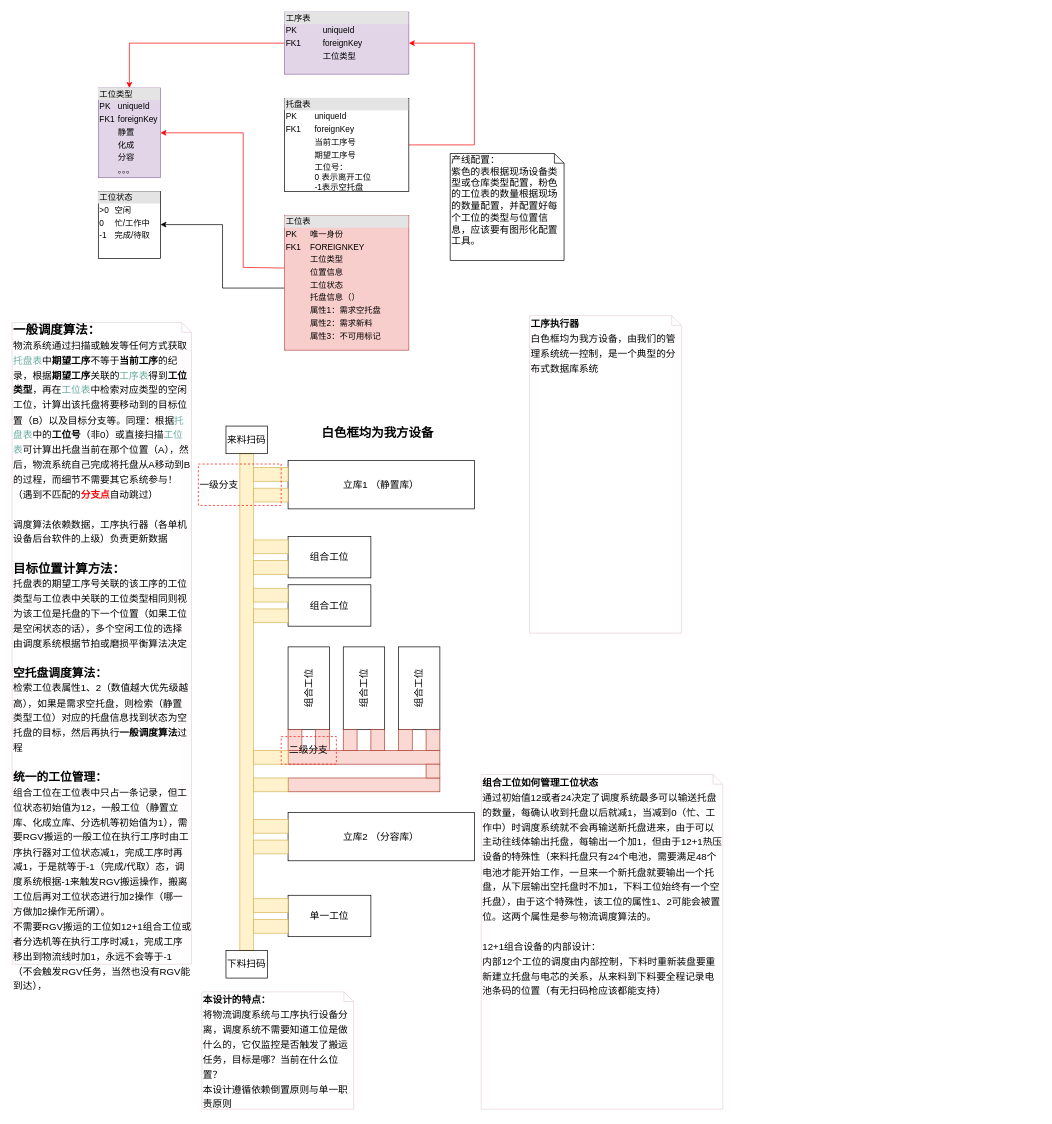
Above: page "第 2 页" (2 of 2) of 未命名表单.drawio in samos2011/drawio (draw.io), before the change. Source tidied: cells renumbered, new cells numbered last; positions are measured from the earlier drawing's top-left corner, leaving out a move shared by most shapes. Both pictures are drawn from the tidied source at 69%, with x=0, y=0 at pixel (12, 12).
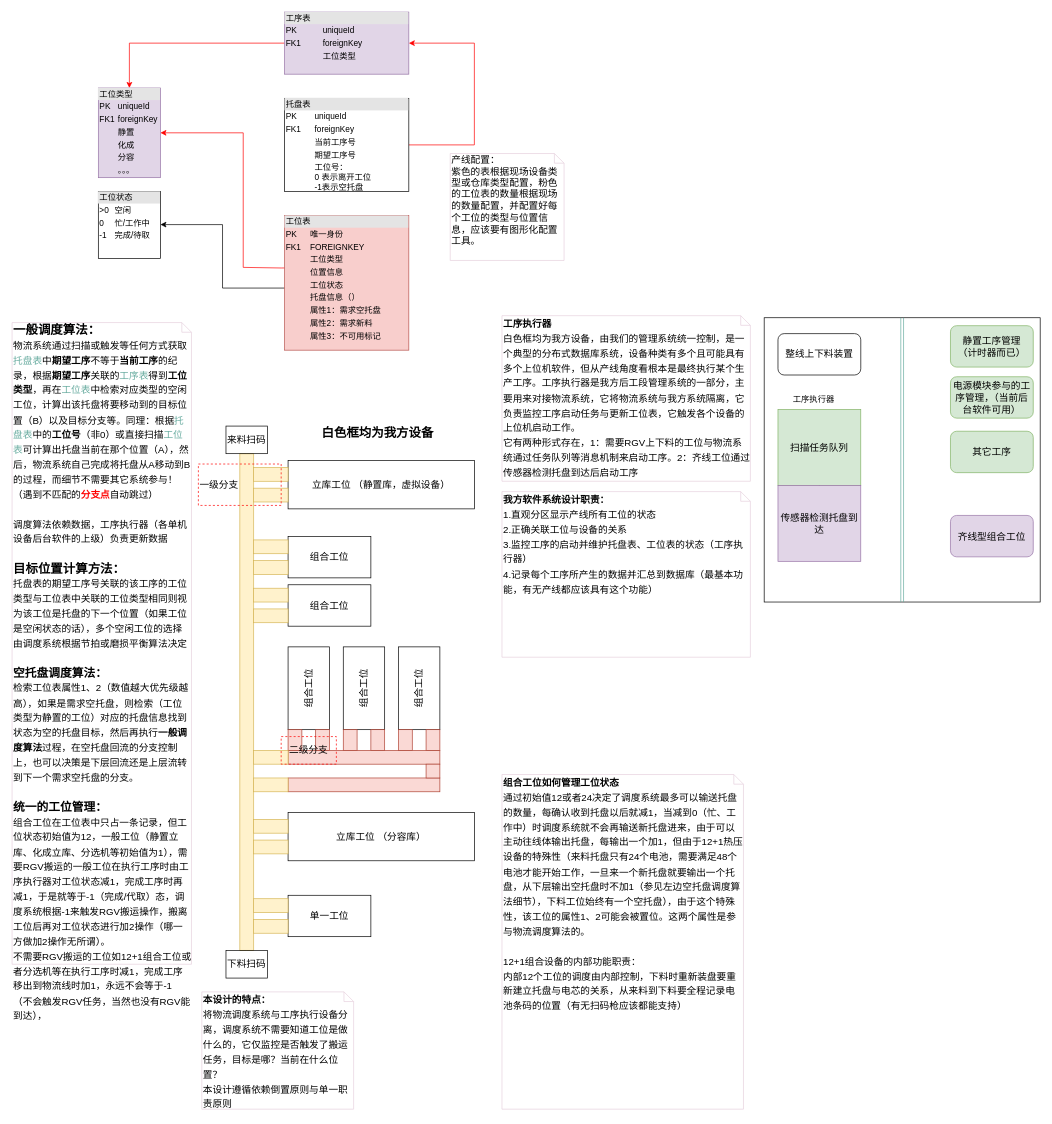
The same page after the edit.

Change to the diagram source:
```diff
@@
-    <mxCell id="5" value="立库1 （静置库）" style="rounded=0;whiteSpace=wrap;html=1;labelBackgroundColor=#ffffff;fillColor=none;gradientColor=none;fontSize=14;align=center;" parent="1" vertex="1">
+    <mxCell id="5" value="立库工位 （静置库，虚拟设备）" style="rounded=0;whiteSpace=wrap;html=1;labelBackgroundColor=#ffffff;fillColor=none;gradientColor=none;fontSize=14;align=center;" parent="1" vertex="1">
       <mxGeometry x="400" y="650" width="270" height="70" as="geometry" />
     </mxCell>
@@
-    <mxCell id="12" value="立库2 （分容库）" style="rounded=0;whiteSpace=wrap;html=1;labelBackgroundColor=#ffffff;fillColor=none;gradientColor=none;fontSize=14;align=center;" parent="1" vertex="1">
+    <mxCell id="12" value="立库工位 （分容库）" style="rounded=0;whiteSpace=wrap;html=1;labelBackgroundColor=#ffffff;fillColor=none;gradientColor=none;fontSize=14;align=center;" parent="1" vertex="1">
       <mxGeometry x="400" y="1160" width="270" height="70" as="geometry" />
     </mxCell>
@@
-    <mxCell id="45" value="&lt;b&gt;一般调度算法：&lt;/b&gt;&lt;br&gt;&lt;span style=&quot;font-size: 14px&quot;&gt;物流系统通过扫描或触发等任何方式获取&lt;/span&gt;&lt;font color=&quot;#67ab9f&quot; style=&quot;font-size: 14px&quot;&gt;托盘表&lt;/font&gt;&lt;span style=&quot;font-size: 14px&quot;&gt;中&lt;/span&gt;&lt;b style=&quot;font-size: 14px&quot;&gt;期望工序&lt;/b&gt;&lt;span style=&quot;font-size: 14px&quot;&gt;不等于&lt;/span&gt;&lt;b style=&quot;font-size: 14px&quot;&gt;当前工序&lt;/b&gt;&lt;span style=&quot;font-size: 14px&quot;&gt;的纪录，根据&lt;/span&gt;&lt;b style=&quot;font-size: 14px&quot;&gt;期望工序&lt;/b&gt;&lt;span style=&quot;font-size: 14px&quot;&gt;关联的&lt;/span&gt;&lt;font color=&quot;#67ab9f&quot; style=&quot;font-size: 14px&quot;&gt;工序表&lt;/font&gt;&lt;span style=&quot;font-size: 14px&quot;&gt;得到&lt;/span&gt;&lt;b style=&quot;font-size: 14px&quot;&gt;工位类型&lt;/b&gt;&lt;span style=&quot;font-size: 14px&quot;&gt;，再在&lt;/span&gt;&lt;font color=&quot;#67ab9f&quot; style=&quot;font-size: 14px&quot;&gt;工位表&lt;/font&gt;&lt;span style=&quot;font-size: 14px&quot;&gt;中检索对应类型的空闲工位，计算出该托盘将要移动到的目标位置（B）以及目标分支等。同理：根据&lt;/span&gt;&lt;font color=&quot;#67ab9f&quot; style=&quot;font-size: 14px&quot;&gt;托盘表&lt;/font&gt;&lt;span style=&quot;font-size: 14px&quot;&gt;中的&lt;/span&gt;&lt;b style=&quot;font-size: 14px&quot;&gt;工位号&lt;/b&gt;&lt;span style=&quot;font-size: 14px&quot;&gt;（非0）或直接扫描&lt;/span&gt;&lt;font color=&quot;#67ab9f&quot; style=&quot;font-size: 14px&quot;&gt;工位表&lt;/font&gt;&lt;span style=&quot;font-size: 14px&quot;&gt;可计算出托盘当前在那个位置（A），然后，物流系统自己完成将托盘从A移动到B的过程，而细节不需要其它系统参与！（遇到不匹配的&lt;/span&gt;&lt;b style=&quot;font-size: 14px&quot;&gt;&lt;font color=&quot;#ff0000&quot;&gt;分支点&lt;/font&gt;&lt;/b&gt;&lt;span style=&quot;font-size: 14px&quot;&gt;自动跳过）&lt;/span&gt;&lt;br&gt;&lt;br&gt;&lt;span style=&quot;font-size: 14px&quot;&gt;调度算法依赖数据，工序执行器（各单机设备后台软件的上级）负责更新数据&lt;br&gt;&lt;/span&gt;&lt;br&gt;&lt;b&gt;目标位置计算方法：&lt;/b&gt;&lt;br&gt;&lt;font style=&quot;font-size: 14px&quot;&gt;托盘表的期望工序号关联的该工序的工位类型与工位表中关联的工位类型相同则视为该工位是托盘的下一个位置（如果工位是空闲状态的话），多个空闲工位的选择由调度系统根据节拍或磨损平衡算法决定&lt;br&gt;&lt;/font&gt;&lt;br&gt;&lt;b&gt;&lt;font style=&quot;font-size: 17px&quot;&gt;空托盘调度算法：&lt;/font&gt;&lt;/b&gt;&lt;br&gt;&lt;span style=&quot;font-size: 14px&quot;&gt;检索工位表属性1、2（数值越大优先级越高），如果是需求空托盘，则检索（静置类型工位）对应的托盘信息找到状态为空托盘的目标，然后再执行&lt;/span&gt;&lt;b style=&quot;font-size: 14px&quot;&gt;一般调度算法&lt;/b&gt;&lt;span style=&quot;font-size: 14px&quot;&gt;过程&lt;/span&gt;&lt;br&gt;&lt;br&gt;&lt;font&gt;&lt;b&gt;&lt;font style=&quot;font-size: 17px&quot;&gt;统一的工位管理：&lt;/font&gt;&lt;br&gt;&lt;/b&gt;&lt;/font&gt;&lt;font style=&quot;font-size: 14px&quot;&gt;组合工位在工位表中只占一条记录，但工位状态初始值为12，一般工位（静置立库、化成立库、分选机等初始值为1），需要RGV搬运的一般工位在执行工序时由工序执行器对工位状态减1，完成工序时再减1，于是就等于-1（完成/代取）态，调度系统根据-1来触发RGV搬运操作，搬离工位后再对工位状态进行加2操作（哪一方做加2操作无所谓）。&lt;br&gt;不需要RGV搬运的工位如12+1组合工位或者分选机等在执行工序时减1，完成工序移出到物流线时加1，永远不会等于-1（不会触发RGV任务，当然也没有RGV能到达），&lt;br&gt;&lt;/font&gt;" style="shape=note;whiteSpace=wrap;html=1;size=14;verticalAlign=top;align=left;spacingTop=-6;rounded=0;shadow=0;dashed=0;labelBackgroundColor=none;strokeColor=#E6D0DE;fillColor=none;fontSize=18;" parent="1" vertex="1">
+    <mxCell id="45" value="&lt;b&gt;一般调度算法：&lt;/b&gt;&lt;br&gt;&lt;span style=&quot;font-size: 14px&quot;&gt;物流系统通过扫描或触发等任何方式获取&lt;/span&gt;&lt;font color=&quot;#67ab9f&quot; style=&quot;font-size: 14px&quot;&gt;托盘表&lt;/font&gt;&lt;span style=&quot;font-size: 14px&quot;&gt;中&lt;/span&gt;&lt;b style=&quot;font-size: 14px&quot;&gt;期望工序&lt;/b&gt;&lt;span style=&quot;font-size: 14px&quot;&gt;不等于&lt;/span&gt;&lt;b style=&quot;font-size: 14px&quot;&gt;当前工序&lt;/b&gt;&lt;span style=&quot;font-size: 14px&quot;&gt;的纪录，根据&lt;/span&gt;&lt;b style=&quot;font-size: 14px&quot;&gt;期望工序&lt;/b&gt;&lt;span style=&quot;font-size: 14px&quot;&gt;关联的&lt;/span&gt;&lt;font color=&quot;#67ab9f&quot; style=&quot;font-size: 14px&quot;&gt;工序表&lt;/font&gt;&lt;span style=&quot;font-size: 14px&quot;&gt;得到&lt;/span&gt;&lt;b style=&quot;font-size: 14px&quot;&gt;工位类型&lt;/b&gt;&lt;span style=&quot;font-size: 14px&quot;&gt;，再在&lt;/span&gt;&lt;font color=&quot;#67ab9f&quot; style=&quot;font-size: 14px&quot;&gt;工位表&lt;/font&gt;&lt;span style=&quot;font-size: 14px&quot;&gt;中检索对应类型的空闲工位，计算出该托盘将要移动到的目标位置（B）以及目标分支等。同理：根据&lt;/span&gt;&lt;font color=&quot;#67ab9f&quot; style=&quot;font-size: 14px&quot;&gt;托盘表&lt;/font&gt;&lt;span style=&quot;font-size: 14px&quot;&gt;中的&lt;/span&gt;&lt;b style=&quot;font-size: 14px&quot;&gt;工位号&lt;/b&gt;&lt;span style=&quot;font-size: 14px&quot;&gt;（非0）或直接扫描&lt;/span&gt;&lt;font color=&quot;#67ab9f&quot; style=&quot;font-size: 14px&quot;&gt;工位表&lt;/font&gt;&lt;span style=&quot;font-size: 14px&quot;&gt;可计算出托盘当前在那个位置（A），然后，物流系统自己完成将托盘从A移动到B的过程，而细节不需要其它系统参与！（遇到不匹配的&lt;/span&gt;&lt;b style=&quot;font-size: 14px&quot;&gt;&lt;font color=&quot;#ff0000&quot;&gt;分支点&lt;/font&gt;&lt;/b&gt;&lt;span style=&quot;font-size: 14px&quot;&gt;自动跳过）&lt;/span&gt;&lt;br&gt;&lt;br&gt;&lt;span style=&quot;font-size: 14px&quot;&gt;调度算法依赖数据，工序执行器（各单机设备后台软件的上级）负责更新数据&lt;br&gt;&lt;/span&gt;&lt;br&gt;&lt;b&gt;目标位置计算方法：&lt;/b&gt;&lt;br&gt;&lt;font style=&quot;font-size: 14px&quot;&gt;托盘表的期望工序号关联的该工序的工位类型与工位表中关联的工位类型相同则视为该工位是托盘的下一个位置（如果工位是空闲状态的话），多个空闲工位的选择由调度系统根据节拍或磨损平衡算法决定&lt;br&gt;&lt;/font&gt;&lt;br&gt;&lt;b&gt;&lt;font style=&quot;font-size: 17px&quot;&gt;空托盘调度算法：&lt;/font&gt;&lt;/b&gt;&lt;br&gt;&lt;span style=&quot;font-size: 14px&quot;&gt;检索工位表属性1、2（数值越大优先级越高），如果是需求空托盘，则检索（工位类型为静置的工位）对应的托盘信息找到状态为空的托盘目标，然后再执行&lt;/span&gt;&lt;b style=&quot;font-size: 14px&quot;&gt;一般调度算法&lt;/b&gt;&lt;span style=&quot;font-size: 14px&quot;&gt;过程，在空托盘回流的分支控制上，也可以决策是下层回流还是上层流转到下一个需求空托盘的分支。&lt;/span&gt;&lt;br&gt;&lt;br&gt;&lt;font&gt;&lt;b&gt;&lt;font style=&quot;font-size: 17px&quot;&gt;统一的工位管理：&lt;/font&gt;&lt;br&gt;&lt;/b&gt;&lt;/font&gt;&lt;font style=&quot;font-size: 14px&quot;&gt;组合工位在工位表中只占一条记录，但工位状态初始值为12，一般工位（静置立库、化成立库、分选机等初始值为1），需要RGV搬运的一般工位在执行工序时由工序执行器对工位状态减1，完成工序时再减1，于是就等于-1（完成/代取）态，调度系统根据-1来触发RGV搬运操作，搬离工位后再对工位状态进行加2操作（哪一方做加2操作无所谓）。&lt;br&gt;不需要RGV搬运的工位如12+1组合工位或者分选机等在执行工序时减1，完成工序移出到物流线时加1，永远不会等于-1（不会触发RGV任务，当然也没有RGV能到达），&lt;br&gt;&lt;/font&gt;" style="shape=note;whiteSpace=wrap;html=1;size=14;verticalAlign=top;align=left;spacingTop=-6;rounded=0;shadow=0;dashed=0;labelBackgroundColor=none;strokeColor=#E6D0DE;fillColor=none;fontSize=18;" parent="1" vertex="1">
       <mxGeometry y="450" width="260" height="930" as="geometry" />
     </mxCell>
-    <mxCell id="46" value="&lt;span style=&quot;font-size: 14px&quot;&gt;&lt;b&gt;工序执行器&lt;br&gt;&lt;/b&gt;白色框均为我方设备，由我们的管理系统统一控制，是一个典型的分布式数据库系统&lt;br&gt;&lt;/span&gt;" style="shape=note;whiteSpace=wrap;html=1;size=14;verticalAlign=top;align=left;spacingTop=-6;rounded=0;shadow=0;dashed=0;labelBackgroundColor=none;strokeColor=#E6D0DE;fillColor=none;fontSize=18;" parent="1" vertex="1">
-      <mxGeometry x="750" y="440" width="220" height="460" as="geometry" />
+    <mxCell id="46" value="&lt;span style=&quot;font-size: 14px&quot;&gt;&lt;b&gt;工序执行器&lt;br&gt;&lt;/b&gt;白色框均为我方设备，由我们的管理系统统一控制，是一个典型的分布式数据库系统，设备种类有多个且可能具有多个上位机软件，但从产线角度看根本是最终执行某个生产工序。工序执行器是我方后工段管理系统的一部分，主要用来对接物流系统，它将物流系统与我方系统隔离，它负责监控工序启动任务与更新工位表，它触发各个设备的上位机启动工作。&lt;br&gt;它有两种形式存在，1：需要RGV上下料的工位与物流系统通过任务队列等消息机制来启动工序。2：齐线工位通过传感器检测托盘到达后启动工序&lt;br&gt;&lt;/span&gt;" style="shape=note;whiteSpace=wrap;html=1;size=14;verticalAlign=top;align=left;spacingTop=-6;rounded=0;shadow=0;dashed=0;labelBackgroundColor=none;strokeColor=#E6D0DE;fillColor=none;fontSize=18;" parent="1" vertex="1">
+      <mxGeometry x="710" y="440" width="360" height="240" as="geometry" />
     </mxCell>
-    <mxCell id="47" value="&lt;span style=&quot;font-size: 14px&quot;&gt;&lt;b&gt;组合工位如何管理工位状态&lt;br&gt;&lt;/b&gt;通过初始值12或者24决定了调度系统最多可以输送托盘的数量，每确认收到托盘以后就减1，当减到0（忙、工作中）时调度系统就不会再输送新托盘进来，由于可以主动往线体输出托盘，每输出一个加1，但由于12+1热压设备的特殊性（来料托盘只有24个电池，需要满足48个电池才能开始工作，一旦来一个新托盘就要输出一个托盘，从下层输出空托盘时不加1，下料工位始终有一个空托盘），由于这个特殊性，该工位的属性1、2可能会被置位。这两个属性是参与物流调度算法的。&lt;br&gt;&lt;br&gt;12+1组合设备的内部设计：&lt;br&gt;内部12个工位的调度由内部控制，下料时重新装盘要重新建立托盘与电芯的关系，从来料到下料要全程记录电池条码的位置（有无扫码枪应该都能支持）&lt;br&gt;&lt;/span&gt;" style="shape=note;whiteSpace=wrap;html=1;size=14;verticalAlign=top;align=left;spacingTop=-6;rounded=0;shadow=0;dashed=0;labelBackgroundColor=none;strokeColor=#E6D0DE;fillColor=none;fontSize=18;" parent="1" vertex="1">
-      <mxGeometry x="680" y="1105" width="350" height="485" as="geometry" />
+    <mxCell id="47" value="&lt;span style=&quot;font-size: 14px&quot;&gt;&lt;b&gt;组合工位如何管理工位状态&lt;br&gt;&lt;/b&gt;通过初始值12或者24决定了调度系统最多可以输送托盘的数量，每确认收到托盘以后就减1，当减到0（忙、工作中）时调度系统就不会再输送新托盘进来，由于可以主动往线体输出托盘，每输出一个加1，但由于12+1热压设备的特殊性（来料托盘只有24个电池，需要满足48个电池才能开始工作，一旦来一个新托盘就要输出一个托盘，从下层输出空托盘时不加1（参见左边空托盘调度算法细节），下料工位始终有一个空托盘），由于这个特殊性，该工位的属性1、2可能会被置位。这两个属性是参与物流调度算法的。&lt;br&gt;&lt;br&gt;12+1组合设备的内部功能职责：&lt;br&gt;内部12个工位的调度由内部控制，下料时重新装盘要重新建立托盘与电芯的关系，从来料到下料要全程记录电池条码的位置（有无扫码枪应该都能支持）&lt;br&gt;&lt;/span&gt;" style="shape=note;whiteSpace=wrap;html=1;size=14;verticalAlign=top;align=left;spacingTop=-6;rounded=0;shadow=0;dashed=0;labelBackgroundColor=none;strokeColor=#E6D0DE;fillColor=none;fontSize=18;" parent="1" vertex="1">
+      <mxGeometry x="710" y="1105" width="350" height="485" as="geometry" />
     </mxCell>
@@
-    <mxCell id="50" value="产线配置：&lt;br&gt;紫色的表根据现场设备类型或仓库类型配置，粉色的工位表的数量根据现场的数量配置，并配置好每个工位的类型与位置信息，应该要有图形化配置工具。" style="shape=note;whiteSpace=wrap;html=1;size=14;verticalAlign=top;align=left;spacingTop=-6;fontSize=14;" parent="1" vertex="1">
+    <mxCell id="50" value="产线配置：&lt;br&gt;紫色的表根据现场设备类型或仓库类型配置，粉色的工位表的数量根据现场的数量配置，并配置好每个工位的类型与位置信息，应该要有图形化配置工具。" style="shape=note;whiteSpace=wrap;html=1;size=14;verticalAlign=top;align=left;spacingTop=-6;fontSize=14;fillColor=none;strokeColor=#E6D0DE;" parent="1" vertex="1">
       <mxGeometry x="635" y="205" width="165" height="155" as="geometry" />
     </mxCell>
+    <mxCell id="51" style="rounded=0;whiteSpace=wrap;html=1;fontSize=14;fillColor=none;" parent="1" vertex="1">
+      <mxGeometry x="1090" y="443" width="400" height="412" as="geometry" />
+    </mxCell>
+    <mxCell id="52" style="edgeStyle=orthogonalEdgeStyle;rounded=0;jettySize=auto;html=1;" parent="1" edge="1" source="53" target="54">
+      <mxGeometry relative="1" as="geometry" />
+    </mxCell>
+    <mxCell id="53" value="扫描任务队列&lt;br&gt;" style="rounded=0;whiteSpace=wrap;html=1;fontSize=14;fillColor=#d5e8d4;strokeColor=#82b366;" parent="1" vertex="1">
+      <mxGeometry x="1110" y="576" width="120" height="110" as="geometry" />
+    </mxCell>
+    <mxCell id="54" value="传感器检测托盘到达" style="rounded=0;whiteSpace=wrap;html=1;fontSize=14;fillColor=#e1d5e7;strokeColor=#9673a6;" parent="1" vertex="1">
+      <mxGeometry x="1110" y="686" width="120" height="110" as="geometry" />
+    </mxCell>
+    <mxCell id="55" value="静置工序管理&lt;br&gt;（计时器而已）" style="rounded=1;whiteSpace=wrap;html=1;fontSize=14;fillColor=#d5e8d4;strokeColor=#82b366;" parent="1" vertex="1">
+      <mxGeometry x="1360" y="454.5" width="120" height="60" as="geometry" />
+    </mxCell>
+    <mxCell id="56" value="电源模块参与的工序管理，（当前后台软件可用）" style="rounded=1;whiteSpace=wrap;html=1;fontSize=14;fillColor=#d5e8d4;strokeColor=#82b366;" parent="1" vertex="1">
+      <mxGeometry x="1360" y="528.5" width="120" height="60" as="geometry" />
+    </mxCell>
+    <mxCell id="57" value="其它工序" style="rounded=1;whiteSpace=wrap;html=1;fontSize=14;fillColor=#d5e8d4;strokeColor=#82b366;" parent="1" vertex="1">
+      <mxGeometry x="1360" y="607.5" width="120" height="60" as="geometry" />
+    </mxCell>
+    <mxCell id="58" value="齐线型组合工位" style="rounded=1;whiteSpace=wrap;html=1;fontSize=14;fillColor=#e1d5e7;strokeColor=#9673a6;" parent="1" vertex="1">
+      <mxGeometry x="1360" y="729.5" width="120" height="60" as="geometry" />
+    </mxCell>
+    <mxCell id="59" value="整线上下料装置" style="rounded=1;whiteSpace=wrap;html=1;fontSize=14;" parent="1" vertex="1">
+      <mxGeometry x="1110" y="466" width="120" height="60" as="geometry" />
+    </mxCell>
+    <mxCell id="60" value="工序执行器" style="text;html=1;" parent="1" vertex="1">
+      <mxGeometry x="1130" y="548" width="90" height="30" as="geometry" />
+    </mxCell>
+    <mxCell id="61" style="shape=link;html=1;strokeColor=#67AB9F;fontSize=18;fontColor=#000000;exitX=0.5;exitY=1;exitDx=0;exitDy=0;entryX=0.5;entryY=0;entryDx=0;entryDy=0;" parent="1" edge="1" source="51" target="51">
+      <mxGeometry relative="1" as="geometry" />
+    </mxCell>
+    <mxCell id="62" value="&lt;span style=&quot;font-size: 14px&quot;&gt;&lt;b&gt;我方软件系统设计职责：&lt;br&gt;&lt;/b&gt;1.直观分区显示产线所有工位的状态&lt;br&gt;2.正确关联工位与设备的关系&lt;br&gt;3.监控工序的启动并维护托盘表、工位表的状态（工序执行器）&lt;br&gt;4.记录每个工序所产生的数据并汇总到数据库（最基本功能，有无产线都应该具有这个功能）&lt;br&gt;&lt;/span&gt;" style="shape=note;whiteSpace=wrap;html=1;size=14;verticalAlign=top;align=left;spacingTop=-6;rounded=0;shadow=0;dashed=0;labelBackgroundColor=none;strokeColor=#E6D0DE;fillColor=none;fontSize=18;" parent="1" vertex="1">
+      <mxGeometry x="710" y="695" width="360" height="240" as="geometry" />
+    </mxCell>
```
